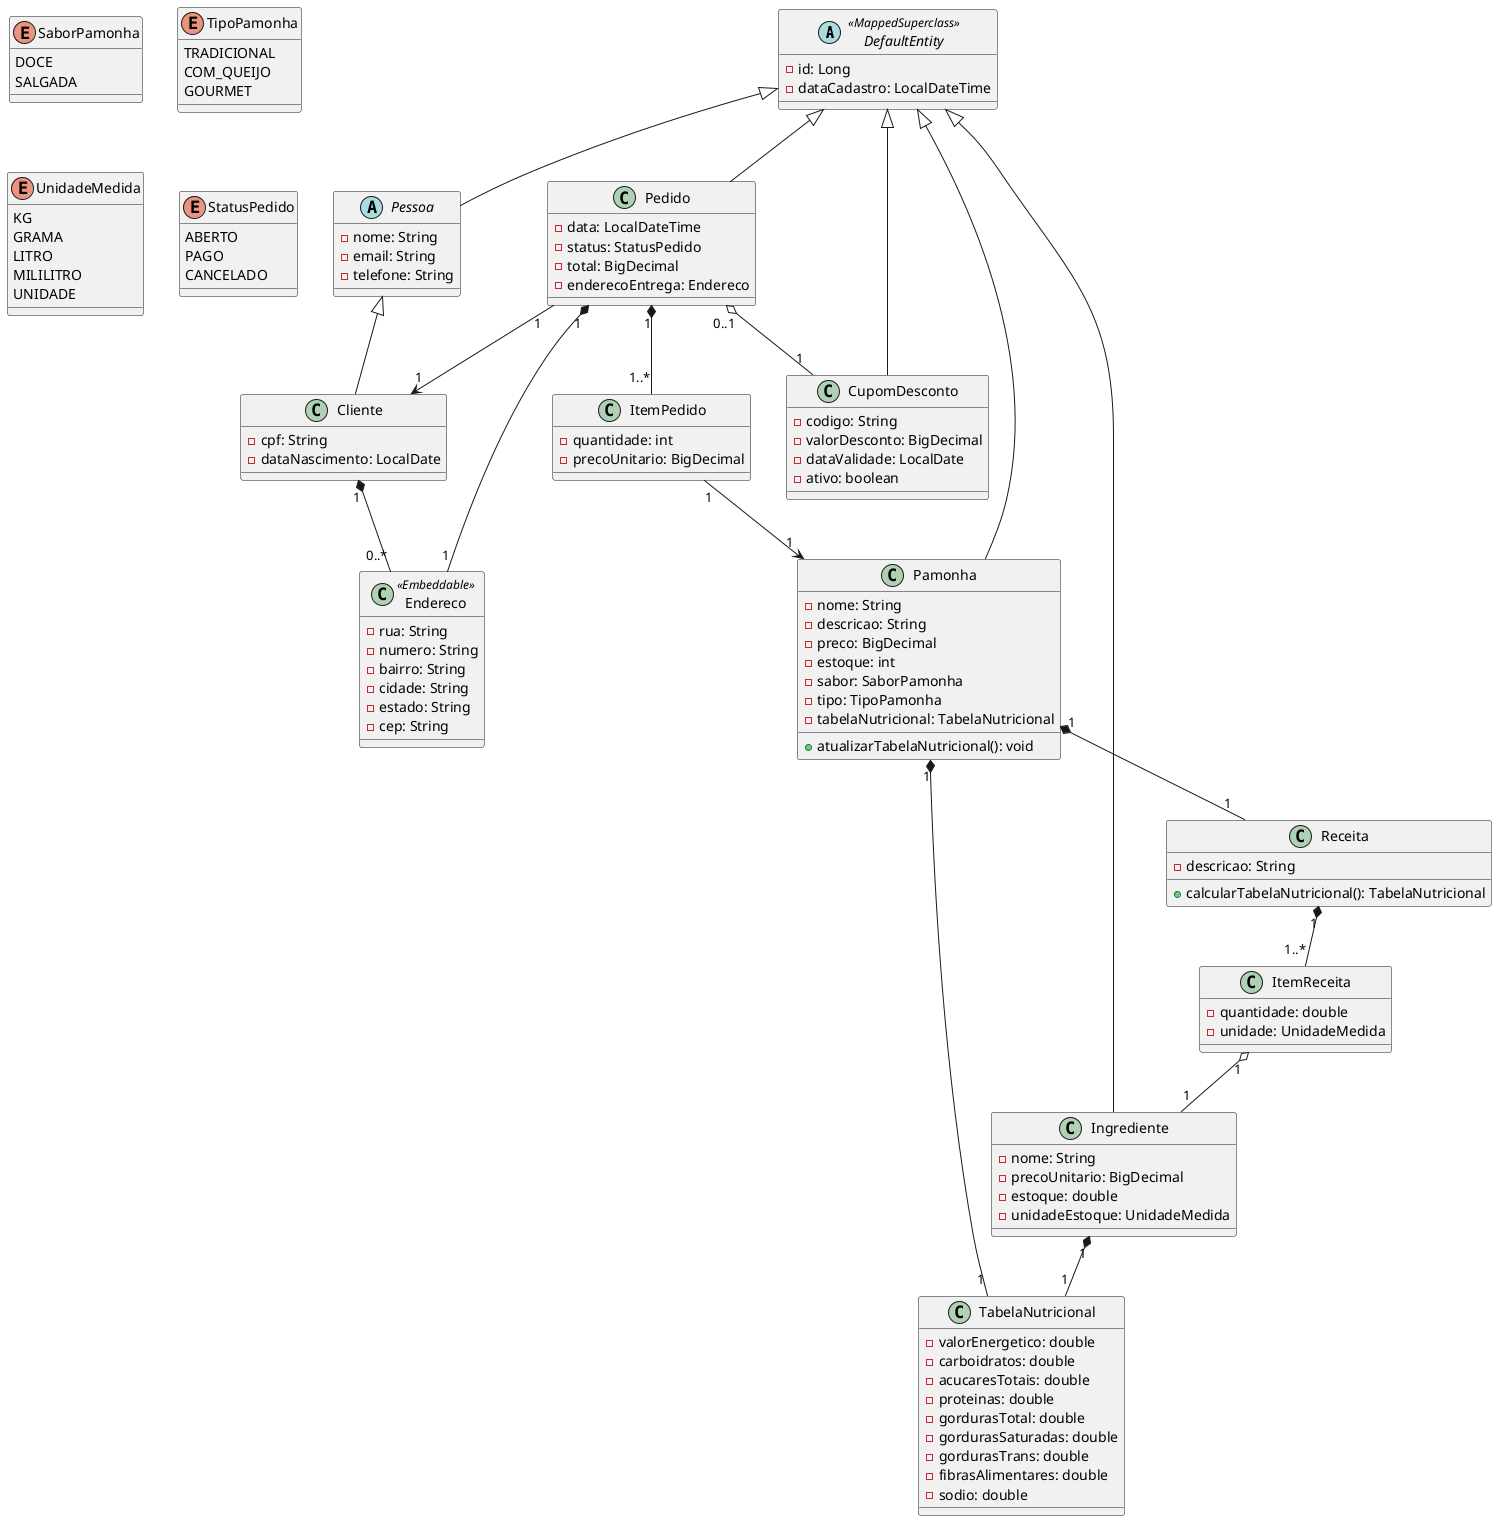
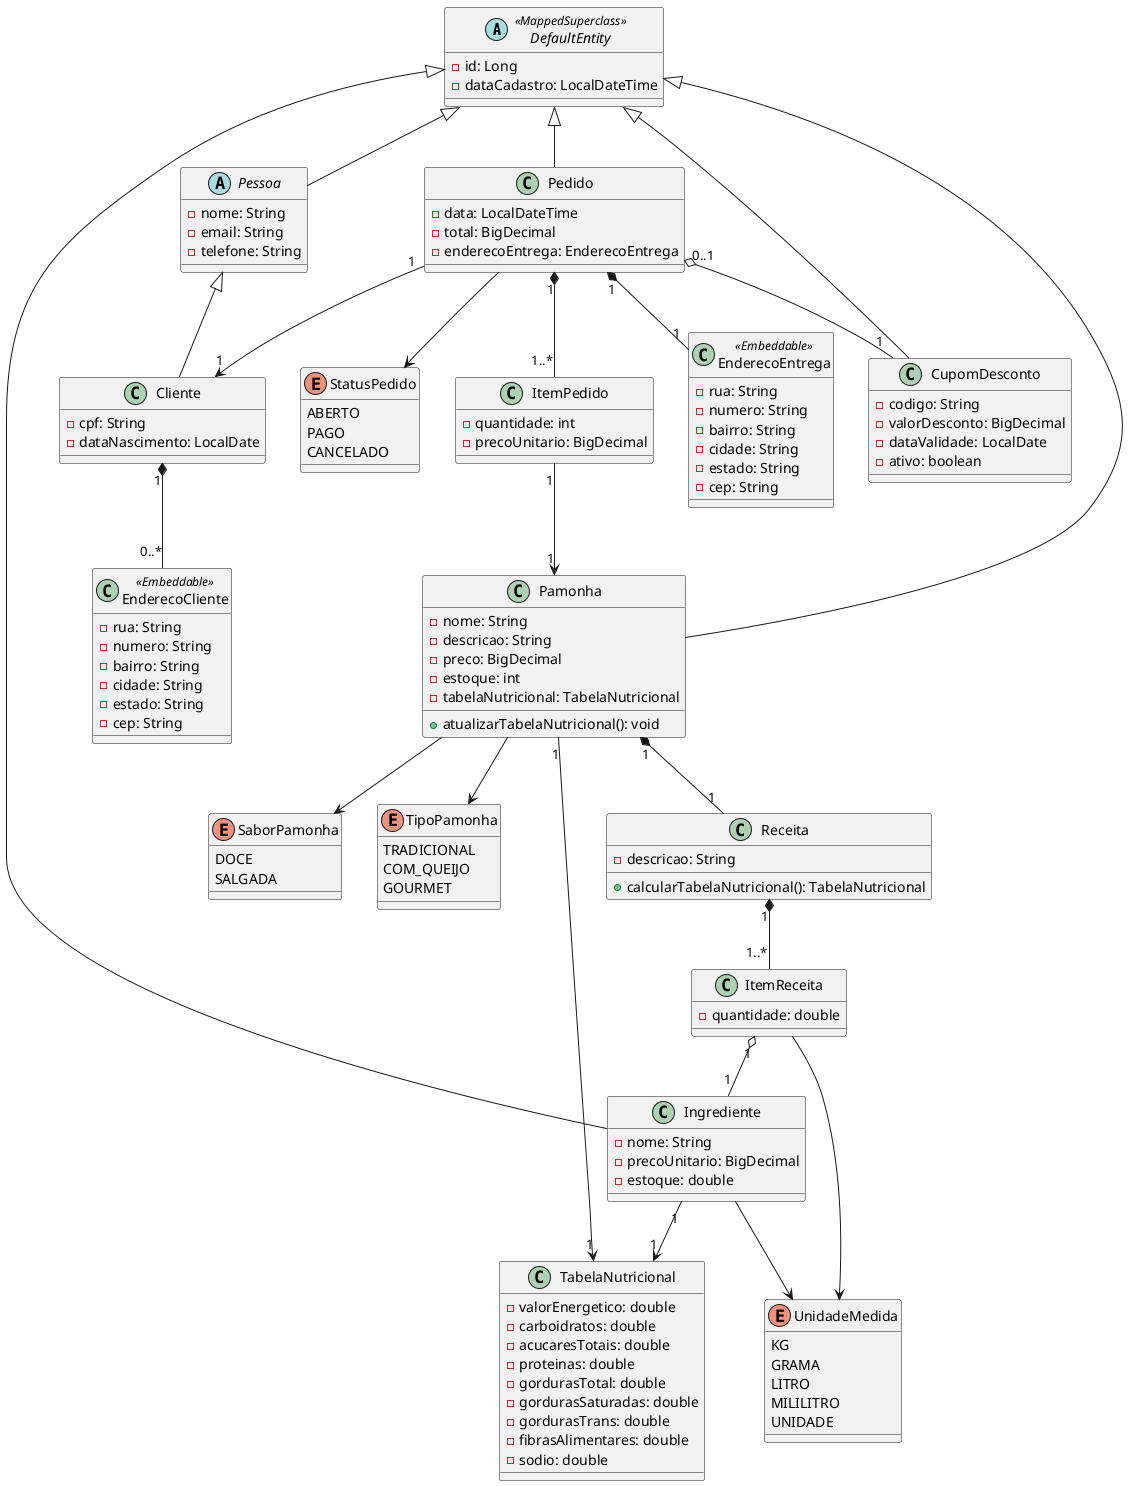
@startuml diagramaDeClasses

- '========================
- ' BASE
- '========================
abstract class DefaultEntity <<MappedSuperclass>> {
  -id: Long
  -dataCadastro: LocalDateTime
}

- '========================
- ' PESSOA / CLIENTE
- '========================
abstract class Pessoa {
  -nome: String
  -email: String
  -telefone: String
}

DefaultEntity <|-- Pessoa

class Cliente {
  -cpf: String
  -dataNascimento: LocalDate
}

Pessoa <|-- Cliente

- ' Endereco embutido (não é entidade)
- class Endereco <<Embeddable>> {
+ class EnderecoCliente <<Embeddable>> {
  -rua: String
  -numero: String
  -bairro: String
  -cidade: String
  -estado: String
  -cep: String
}

- ' Composição (Endereco não existe sem Cliente)
- Cliente "1" *-- "0..*" Endereco
+ class EnderecoEntrega <<Embeddable>> {
+   -rua: String
+   -numero: String
+   -bairro: String
+   -cidade: String
+   -estado: String
+   -cep: String
+ }

- '========================
- ' ENUMS
- '========================
+ Cliente "1" *-- "0..*" EnderecoCliente
+ 
enum SaborPamonha {
  DOCE
  SALGADA
}

enum TipoPamonha {
  TRADICIONAL
  COM_QUEIJO
  GOURMET
}

enum UnidadeMedida {
  KG
  GRAMA
  LITRO
  MILILITRO
  UNIDADE
}

enum StatusPedido {
  ABERTO
  PAGO
  CANCELADO
}

- '========================
- ' PAMONHA
- '========================
class Pamonha {
  -nome: String
  -descricao: String
  -preco: BigDecimal
  -estoque: int
-   -sabor: SaborPamonha
-   -tipo: TipoPamonha
  -tabelaNutricional: TabelaNutricional

  +atualizarTabelaNutricional(): void
}

DefaultEntity <|-- Pamonha

- '========================
- ' RECEITA
- '========================
+ Pamonha --> SaborPamonha
+ Pamonha --> TipoPamonha
+ 
class Receita {
  -descricao: String

  +calcularTabelaNutricional(): TabelaNutricional
}

Pamonha "1" *-- "1" Receita

class ItemReceita {
  -quantidade: double
-   -unidade: UnidadeMedida
}

Receita "1" *-- "1..*" ItemReceita

- '========================
- ' INGREDIENTE
- '========================
+ ItemReceita --> UnidadeMedida
+ 
class Ingrediente {
  -nome: String
  -precoUnitario: BigDecimal
  -estoque: double
-   -unidadeEstoque: UnidadeMedida
}

DefaultEntity <|-- Ingrediente

ItemReceita "1" o-- "1" Ingrediente

- '========================
- ' TABELA NUTRICIONAL
- '========================
+ Ingrediente --> UnidadeMedida
+ 
class TabelaNutricional {
  -valorEnergetico: double
  -carboidratos: double
  -acucaresTotais: double
  -proteinas: double
  -gordurasTotal: double
  -gordurasSaturadas: double
  -gordurasTrans: double
  -fibrasAlimentares: double
  -sodio: double
}

- Ingrediente "1" *-- "1" TabelaNutricional
- Pamonha "1" *-- "1" TabelaNutricional
+ Ingrediente "1" --> "1" TabelaNutricional
+ Pamonha "1" --> "1" TabelaNutricional

- '========================
- ' CUPOM
- '========================
class CupomDesconto {
  -codigo: String
  -valorDesconto: BigDecimal
  -dataValidade: LocalDate
  -ativo: boolean
}

DefaultEntity <|-- CupomDesconto

- '========================
- ' PEDIDO
- '========================
class Pedido {
  -data: LocalDateTime
-   -status: StatusPedido
  -total: BigDecimal
-   -enderecoEntrega: Endereco
+   -enderecoEntrega: EnderecoEntrega
}

DefaultEntity <|-- Pedido

+ Pedido --> StatusPedido
Pedido "1" --> "1" Cliente
- Pedido "1" *-- "1" Endereco
+ Pedido "1" *-- "1" EnderecoEntrega
Pedido "0..1" o-- "1" CupomDesconto

class ItemPedido {
  -quantidade: int
  -precoUnitario: BigDecimal
}

Pedido "1" *-- "1..*" ItemPedido
ItemPedido "1" --> "1" Pamonha

@enduml